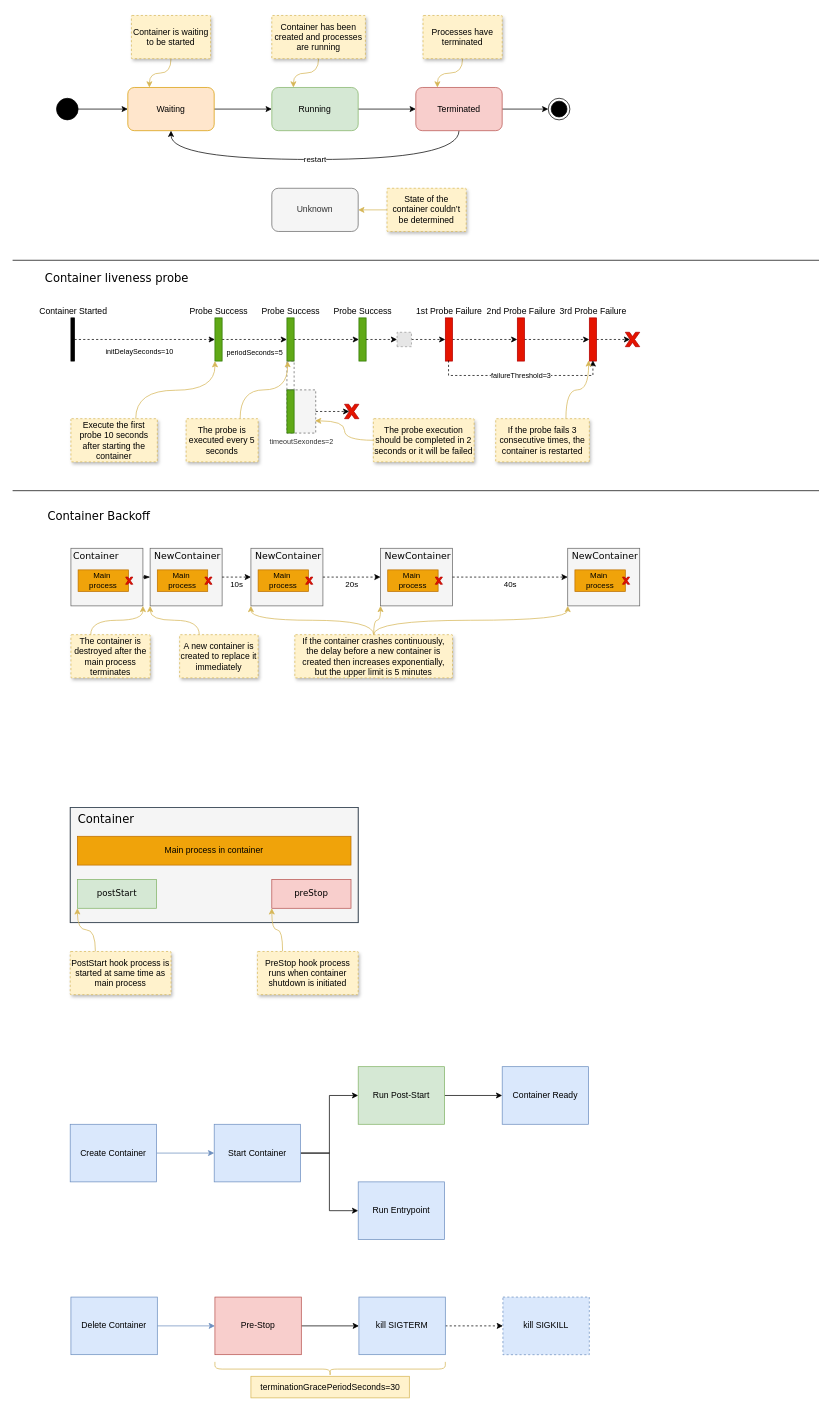
This is page "Container Lifecycle" (2 of 4) of st/k8s_common.drawio from gaivin/drawio, a draw.io file, before an edit. Source tidied: cells renumbered, new cells numbered last; positions are measured from the earlier drawing's top-left corner, leaving out a move shared by most shapes. Both pictures are drawn from the tidied source at 72%, with x=0, y=0 at pixel (12, 15). Pictures stored in the file or linked from it are replaced by grey dashed boxes.
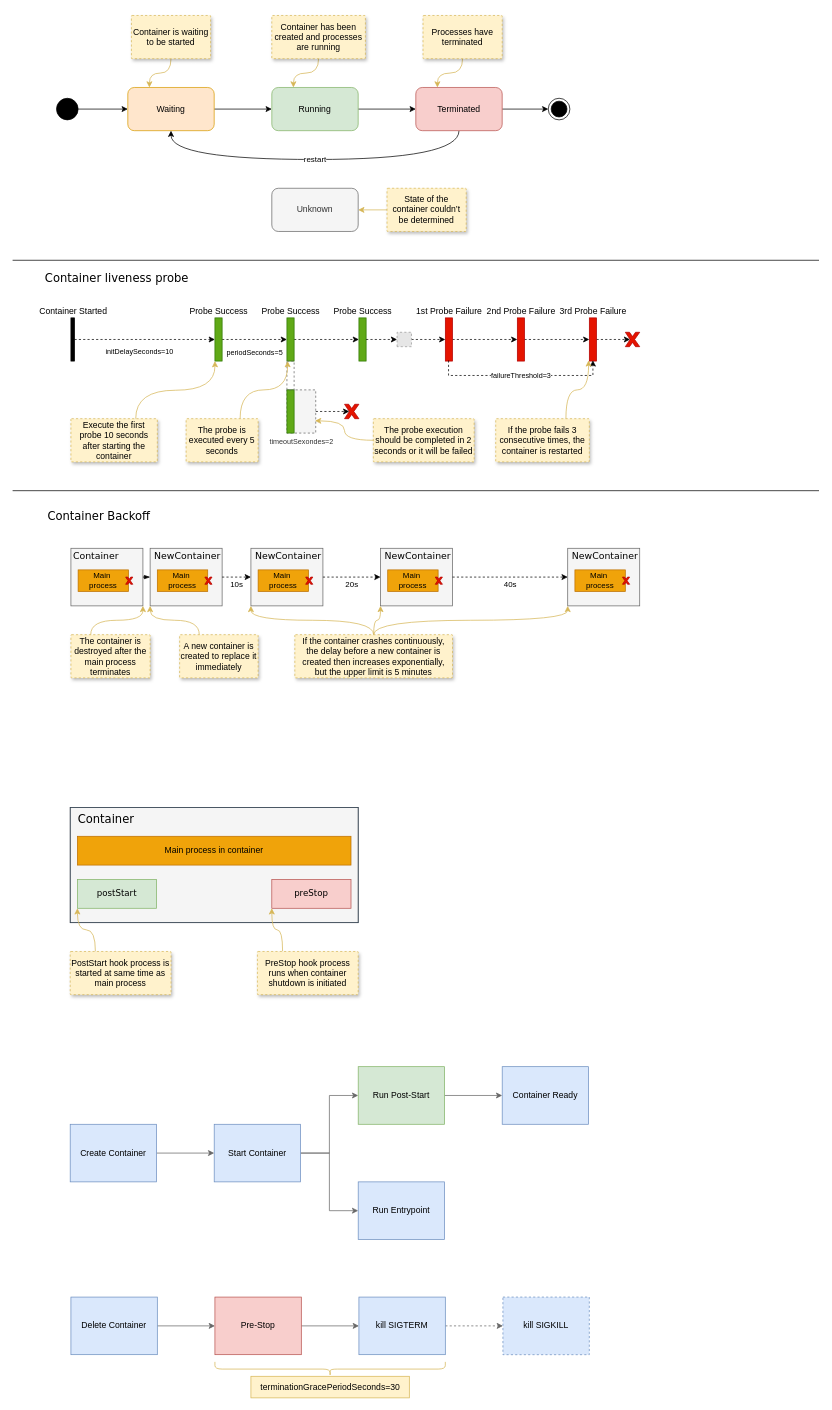
The same page after the edit.

Unchanged cells that the change refers to:
```xml
<mxCell id="106" value="Create Container" style="rounded=0;whiteSpace=wrap;html=1;fillColor=#dae8fc;strokeColor=#6c8ebf;" parent="1" vertex="1">
  <mxGeometry x="80" y="1540" width="120" height="80" as="geometry" />
</mxCell>
<mxCell id="109" value="Start Container" style="rounded=0;whiteSpace=wrap;html=1;fillColor=#dae8fc;strokeColor=#6c8ebf;" parent="1" vertex="1">
  <mxGeometry x="280" y="1540" width="120" height="80" as="geometry" />
</mxCell>
<mxCell id="110" value="Run Entrypoint" style="rounded=0;whiteSpace=wrap;html=1;fillColor=#dae8fc;strokeColor=#6c8ebf;" parent="1" vertex="1">
  <mxGeometry x="480" y="1620" width="120" height="80" as="geometry" />
</mxCell>
<mxCell id="112" value="Run Post-Start" style="rounded=0;whiteSpace=wrap;html=1;fillColor=#d5e8d4;strokeColor=#82b366;" parent="1" vertex="1">
  <mxGeometry x="480" y="1460" width="120" height="80" as="geometry" />
</mxCell>
<mxCell id="113" value="Container Ready" style="rounded=0;whiteSpace=wrap;html=1;fillColor=#dae8fc;strokeColor=#6c8ebf;" parent="1" vertex="1">
  <mxGeometry x="680" y="1460" width="120" height="80" as="geometry" />
</mxCell>
<mxCell id="115" value="Delete Container" style="rounded=0;whiteSpace=wrap;html=1;fillColor=#dae8fc;strokeColor=#6c8ebf;" parent="1" vertex="1">
  <mxGeometry x="81" y="1780" width="120" height="80" as="geometry" />
</mxCell>
<mxCell id="117" value="Pre-Stop" style="rounded=0;whiteSpace=wrap;html=1;fillColor=#f8cecc;strokeColor=#b85450;" parent="1" vertex="1">
  <mxGeometry x="281" y="1780" width="120" height="80" as="geometry" />
</mxCell>
<mxCell id="119" value="kill SIGTERM" style="rounded=0;whiteSpace=wrap;html=1;fillColor=#dae8fc;strokeColor=#6c8ebf;" parent="1" vertex="1">
  <mxGeometry x="481" y="1780" width="120" height="80" as="geometry" />
</mxCell>
<mxCell id="120" value="kill SIGKILL" style="rounded=0;whiteSpace=wrap;html=1;fillColor=#dae8fc;strokeColor=#6c8ebf;dashed=1;" parent="1" vertex="1">
  <mxGeometry x="681" y="1780" width="120" height="80" as="geometry" />
</mxCell>
```

Diff of the diagram source:
```diff
@@
-    <mxCell id="105" style="edgeStyle=orthogonalEdgeStyle;rounded=0;jettySize=auto;html=1;fillColor=#dae8fc;strokeColor=#6c8ebf;" parent="1" edge="1" source="106" target="109">
+    <mxCell id="105" style="edgeStyle=orthogonalEdgeStyle;rounded=0;jettySize=auto;html=1;fillColor=#f5f5f5;strokeColor=#666666;" parent="1" edge="1" source="106" target="109">
       <mxGeometry relative="1" as="geometry" />
     </mxCell>
@@
-    <mxCell id="107" style="edgeStyle=orthogonalEdgeStyle;rounded=0;jettySize=auto;html=1;exitX=1;exitY=0.5;exitDx=0;exitDy=0;" parent="1" edge="1" source="109" target="110">
+    <mxCell id="107" style="edgeStyle=orthogonalEdgeStyle;rounded=0;jettySize=auto;html=1;exitX=1;exitY=0.5;exitDx=0;exitDy=0;fillColor=#f5f5f5;strokeColor=#666666;" parent="1" edge="1" source="109" target="110">
       <mxGeometry relative="1" as="geometry" />
     </mxCell>
-    <mxCell id="108" style="edgeStyle=orthogonalEdgeStyle;rounded=0;jettySize=auto;html=1;entryX=0;entryY=0.5;entryDx=0;entryDy=0;" parent="1" edge="1" source="109" target="112">
+    <mxCell id="108" style="edgeStyle=orthogonalEdgeStyle;rounded=0;jettySize=auto;html=1;entryX=0;entryY=0.5;entryDx=0;entryDy=0;fillColor=#f5f5f5;strokeColor=#666666;" parent="1" edge="1" source="109" target="112">
       <mxGeometry relative="1" as="geometry" />
     </mxCell>
@@
-    <mxCell id="111" style="edgeStyle=orthogonalEdgeStyle;rounded=0;jettySize=auto;html=1;" parent="1" edge="1" source="112" target="113">
+    <mxCell id="111" style="edgeStyle=orthogonalEdgeStyle;rounded=0;jettySize=auto;html=1;fillColor=#f5f5f5;strokeColor=#666666;" parent="1" edge="1" source="112" target="113">
       <mxGeometry relative="1" as="geometry" />
     </mxCell>
@@
-    <mxCell id="114" style="edgeStyle=orthogonalEdgeStyle;rounded=0;jettySize=auto;html=1;fillColor=#dae8fc;strokeColor=#6c8ebf;" parent="1" edge="1" source="115" target="117">
+    <mxCell id="114" style="edgeStyle=orthogonalEdgeStyle;rounded=0;jettySize=auto;html=1;fillColor=#f5f5f5;strokeColor=#666666;" parent="1" edge="1" source="115" target="117">
       <mxGeometry relative="1" as="geometry" />
     </mxCell>
@@
-    <mxCell id="116" style="edgeStyle=orthogonalEdgeStyle;rounded=0;jettySize=auto;html=1;entryX=0;entryY=0.5;entryDx=0;entryDy=0;" parent="1" edge="1" source="117" target="119">
+    <mxCell id="116" style="edgeStyle=orthogonalEdgeStyle;rounded=0;jettySize=auto;html=1;entryX=0;entryY=0.5;entryDx=0;entryDy=0;fillColor=#f5f5f5;strokeColor=#666666;" parent="1" edge="1" source="117" target="119">
       <mxGeometry relative="1" as="geometry" />
     </mxCell>
@@
-    <mxCell id="118" style="edgeStyle=orthogonalEdgeStyle;rounded=0;jettySize=auto;html=1;dashed=1;" parent="1" edge="1" source="119" target="120">
+    <mxCell id="118" style="edgeStyle=orthogonalEdgeStyle;rounded=0;jettySize=auto;html=1;dashed=1;fillColor=#f5f5f5;strokeColor=#666666;" parent="1" edge="1" source="119" target="120">
       <mxGeometry relative="1" as="geometry" />
     </mxCell>
```
